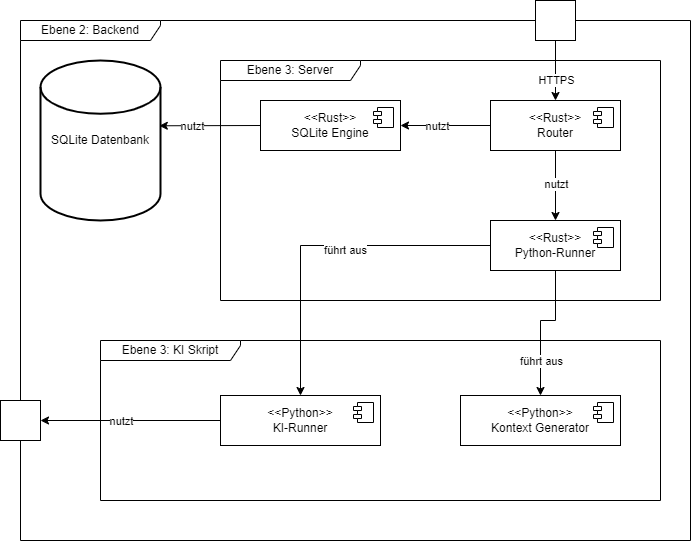
ZesNy02/Jupiter keeps this draw.io diagram as diagramms/Bausteinsicht3-Backend.drawio.png. Above is the earlier version. Source tidied: cells renumbered, new cells last; positions are measured from the earlier drawing's top-left corner, leaving out a move shared by most shapes.
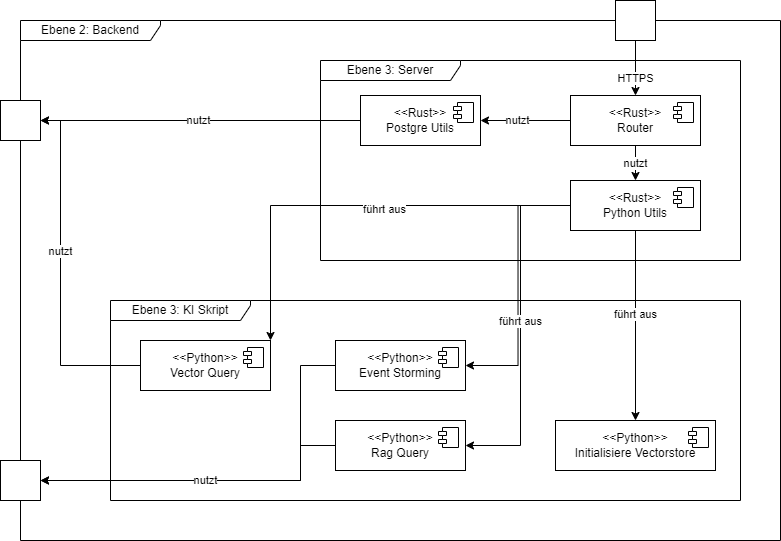
Later version of the same file.

The edit, as a diff of the source:
```diff
@@ -3,16 +3,16 @@
     <mxCell id="0" />
     <mxCell id="1" parent="0" />
     <mxCell id="2" value="Ebene 2: Backend" style="shape=umlFrame;whiteSpace=wrap;html=1;width=140;height=20;" parent="1" vertex="1">
-      <mxGeometry x="20" y="20" width="670" height="520" as="geometry" />
+      <mxGeometry x="20" y="20" width="760" height="520" as="geometry" />
     </mxCell>
     <mxCell id="3" style="whiteSpace=wrap;html=1;" parent="1" vertex="1">
-      <mxGeometry x="535" width="40" height="40" as="geometry" />
+      <mxGeometry x="615" width="40" height="40" as="geometry" />
     </mxCell>
     <mxCell id="4" style="whiteSpace=wrap;html=1;" parent="1" vertex="1">
-      <mxGeometry y="400" width="40" height="40" as="geometry" />
+      <mxGeometry y="460" width="40" height="40" as="geometry" />
     </mxCell>
     <mxCell id="5" value="&lt;div&gt;&amp;lt;&amp;lt;Rust&amp;gt;&amp;gt;&lt;/div&gt;&lt;div&gt;Router&lt;/div&gt;" style="html=1;whiteSpace=wrap;" parent="1" vertex="1">
-      <mxGeometry x="490" y="100" width="130" height="50" as="geometry" />
+      <mxGeometry x="570" y="95" width="130" height="50" as="geometry" />
     </mxCell>
     <mxCell id="6" style="shape=module;jettyWidth=8;jettyHeight=4;" parent="5" vertex="1">
       <mxGeometry x="1" width="20" height="20" relative="1" as="geometry">
@@ -20,18 +20,21 @@
       </mxGeometry>
     </mxCell>
     <mxCell id="7" value="Ebene 3: Server" style="shape=umlFrame;whiteSpace=wrap;html=1;width=140;height=20;" parent="1" vertex="1">
-      <mxGeometry x="220" y="60" width="440" height="240" as="geometry" />
+      <mxGeometry x="320" y="60" width="420" height="200" as="geometry" />
     </mxCell>
+    <mxCell id="32" style="edgeStyle=orthogonalEdgeStyle;rounded=0;jettySize=auto;html=1;exitX=0;exitY=0.5;exitDx=0;exitDy=0;entryX=1;entryY=0.5;entryDx=0;entryDy=0;" parent="1" edge="1" source="8" target="34">
+      <mxGeometry relative="1" as="geometry" />
+    </mxCell>
-    <mxCell id="8" value="&lt;div&gt;&amp;lt;&amp;lt;Rust&amp;gt;&amp;gt;&lt;/div&gt;&lt;div&gt;Python-Runner&lt;/div&gt;" style="html=1;whiteSpace=wrap;" parent="1" vertex="1">
-      <mxGeometry x="490" y="220" width="130" height="50" as="geometry" />
+    <mxCell id="8" value="&lt;div&gt;&amp;lt;&amp;lt;Rust&amp;gt;&amp;gt;&lt;/div&gt;&lt;div&gt;Python Utils&lt;/div&gt;" style="html=1;whiteSpace=wrap;" parent="1" vertex="1">
+      <mxGeometry x="570" y="180" width="130" height="50" as="geometry" />
     </mxCell>
     <mxCell id="9" style="shape=module;jettyWidth=8;jettyHeight=4;" parent="8" vertex="1">
       <mxGeometry x="1" width="20" height="20" relative="1" as="geometry">
         <mxPoint x="-27" y="7" as="offset" />
       </mxGeometry>
     </mxCell>
-    <mxCell id="10" value="&lt;div&gt;&amp;lt;&amp;lt;Rust&amp;gt;&amp;gt;&lt;/div&gt;&lt;div&gt;SQLite Engine&lt;/div&gt;" style="html=1;whiteSpace=wrap;" parent="1" vertex="1">
-      <mxGeometry x="260" y="100" width="140" height="50" as="geometry" />
+    <mxCell id="10" value="&lt;div&gt;&amp;lt;&amp;lt;Rust&amp;gt;&amp;gt;&lt;/div&gt;&lt;div&gt;Postgre Utils&lt;/div&gt;" style="html=1;whiteSpace=wrap;" parent="1" vertex="1">
+      <mxGeometry x="360" y="95" width="120" height="50" as="geometry" />
     </mxCell>
     <mxCell id="11" style="shape=module;jettyWidth=8;jettyHeight=4;" parent="10" vertex="1">
       <mxGeometry x="1" width="20" height="20" relative="1" as="geometry">
@@ -62,10 +65,7 @@
         <mxPoint x="-1" y="3" as="offset" />
       </mxGeometry>
     </mxCell>
-    <mxCell id="18" value="SQLite Datenbank" style="strokeWidth=2;html=1;shape=mxgraph.flowchart.database;whiteSpace=wrap;verticalAlign=middle;" parent="1" vertex="1">
-      <mxGeometry x="40" y="60" width="120" height="160" as="geometry" />
-    </mxCell>
-    <mxCell id="19" style="endArrow=classic;html=1;rounded=0;entryX=0.99;entryY=0.408;entryDx=0;entryDy=0;exitX=0;exitY=0.5;exitDx=0;exitDy=0;entryPerimeter=0;" parent="1" edge="1" source="10" target="18">
+    <mxCell id="19" style="endArrow=classic;html=1;rounded=0;entryX=1;entryY=0.5;entryDx=0;entryDy=0;exitX=0;exitY=0.5;exitDx=0;exitDy=0;" parent="1" edge="1" source="10" target="33">
       <mxGeometry relative="1" as="geometry" />
     </mxCell>
     <mxCell id="20" value="nutzt" style="edgeLabel;html=1;align=center;verticalAlign=middle;" parent="19" vertex="1">
@@ -74,56 +74,109 @@
       </mxGeometry>
     </mxCell>
     <mxCell id="21" value="Ebene 3: KI Skript" style="shape=umlFrame;whiteSpace=wrap;html=1;width=140;height=20;" parent="1" vertex="1">
-      <mxGeometry x="100" y="340" width="560" height="160" as="geometry" />
+      <mxGeometry x="110" y="300" width="630" height="200" as="geometry" />
     </mxCell>
-    <mxCell id="22" value="&lt;div&gt;&amp;lt;&amp;lt;Python&amp;gt;&amp;gt;&lt;/div&gt;&lt;div&gt;Kontext Generator&lt;/div&gt;" style="html=1;whiteSpace=wrap;" parent="1" vertex="1">
-      <mxGeometry x="460" y="395" width="160" height="50" as="geometry" />
+    <mxCell id="22" value="&lt;div&gt;&amp;lt;&amp;lt;Python&amp;gt;&amp;gt;&lt;/div&gt;&lt;div&gt;Initialisiere Vectorstore&lt;/div&gt;" style="html=1;whiteSpace=wrap;" parent="1" vertex="1">
+      <mxGeometry x="555" y="420" width="160" height="50" as="geometry" />
     </mxCell>
     <mxCell id="23" style="shape=module;jettyWidth=8;jettyHeight=4;" parent="22" vertex="1">
       <mxGeometry x="1" width="20" height="20" relative="1" as="geometry">
         <mxPoint x="-27" y="7" as="offset" />
       </mxGeometry>
     </mxCell>
-    <mxCell id="24" value="&lt;div&gt;&amp;lt;&amp;lt;Python&amp;gt;&amp;gt;&lt;/div&gt;&lt;div&gt;KI-Runner&lt;/div&gt;" style="html=1;whiteSpace=wrap;" parent="1" vertex="1">
-      <mxGeometry x="220" y="395" width="160" height="50" as="geometry" />
+    <mxCell id="24" value="&lt;div&gt;&amp;lt;&amp;lt;Python&amp;gt;&amp;gt;&lt;/div&gt;&lt;div&gt;Rag Query&lt;/div&gt;" style="html=1;whiteSpace=wrap;" parent="1" vertex="1">
+      <mxGeometry x="335" y="420" width="130" height="50" as="geometry" />
     </mxCell>
     <mxCell id="25" style="shape=module;jettyWidth=8;jettyHeight=4;" parent="24" vertex="1">
       <mxGeometry x="1" width="20" height="20" relative="1" as="geometry">
         <mxPoint x="-27" y="7" as="offset" />
       </mxGeometry>
     </mxCell>
+    <mxCell id="33" style="whiteSpace=wrap;html=1;" parent="1" vertex="1">
+      <mxGeometry y="100" width="40" height="40" as="geometry" />
+    </mxCell>
+    <mxCell id="30" style="endArrow=classic;html=1;rounded=0;entryX=1;entryY=0.5;entryDx=0;entryDy=0;exitX=0;exitY=0.5;exitDx=0;exitDy=0;" parent="1" edge="1" source="24" target="4">
+      <mxGeometry relative="1" as="geometry">
+        <Array as="points">
+          <mxPoint x="300" y="445" />
+          <mxPoint x="300" y="480" />
+        </Array>
+      </mxGeometry>
+    </mxCell>
+    <mxCell id="34" value="&lt;div&gt;&amp;lt;&amp;lt;Python&amp;gt;&amp;gt;&lt;/div&gt;&lt;div&gt;Event Storming&lt;/div&gt;" style="html=1;whiteSpace=wrap;" parent="1" vertex="1">
+      <mxGeometry x="335" y="340" width="130" height="50" as="geometry" />
+    </mxCell>
+    <mxCell id="35" style="shape=module;jettyWidth=8;jettyHeight=4;" parent="34" vertex="1">
+      <mxGeometry x="1" width="20" height="20" relative="1" as="geometry">
+        <mxPoint x="-27" y="7" as="offset" />
+      </mxGeometry>
+    </mxCell>
+    <mxCell id="36" value="&lt;div&gt;&amp;lt;&amp;lt;Python&amp;gt;&amp;gt;&lt;/div&gt;&lt;div&gt;Vector Query&lt;/div&gt;" style="html=1;whiteSpace=wrap;" parent="1" vertex="1">
+      <mxGeometry x="140" y="340" width="130" height="50" as="geometry" />
+    </mxCell>
+    <mxCell id="37" style="shape=module;jettyWidth=8;jettyHeight=4;" parent="36" vertex="1">
+      <mxGeometry x="1" width="20" height="20" relative="1" as="geometry">
+        <mxPoint x="-27" y="7" as="offset" />
+      </mxGeometry>
+    </mxCell>
+    <mxCell id="38" style="endArrow=classic;html=1;rounded=0;entryX=1;entryY=0.5;entryDx=0;entryDy=0;exitX=0;exitY=0.5;exitDx=0;exitDy=0;" parent="1" edge="1" source="36" target="33">
+      <mxGeometry relative="1" as="geometry">
+        <Array as="points">
+          <mxPoint x="60" y="365" />
+          <mxPoint x="60" y="120" />
+        </Array>
+      </mxGeometry>
+    </mxCell>
+    <mxCell id="39" value="nutzt" style="edgeLabel;html=1;align=center;verticalAlign=middle;" parent="38" vertex="1">
+      <mxGeometry x="-0.15" y="1" relative="1" as="geometry">
+        <mxPoint x="1" y="-48" as="offset" />
+      </mxGeometry>
+    </mxCell>
+    <mxCell id="40" style="endArrow=classic;html=1;rounded=0;exitX=0;exitY=0.5;exitDx=0;exitDy=0;entryX=1;entryY=0;entryDx=0;entryDy=0;" parent="1" edge="1" source="8" target="36">
+      <mxGeometry relative="1" as="geometry">
+        <Array as="points">
+          <mxPoint x="270" y="205" />
+        </Array>
+      </mxGeometry>
+    </mxCell>
+    <mxCell id="41" value="führt aus" style="edgeLabel;html=1;align=center;verticalAlign=middle;" parent="40" vertex="1">
+      <mxGeometry x="-0.15" y="1" relative="1" as="geometry">
+        <mxPoint x="-1" y="3" as="offset" />
+      </mxGeometry>
+    </mxCell>
+    <mxCell id="28" style="endArrow=classic;html=1;rounded=0;exitX=0;exitY=0.5;exitDx=0;exitDy=0;entryX=1;entryY=0.5;entryDx=0;entryDy=0;" parent="1" edge="1" source="8" target="24">
+      <mxGeometry relative="1" as="geometry">
+        <Array as="points">
+          <mxPoint x="520" y="205" />
+          <mxPoint x="520" y="445" />
+        </Array>
+      </mxGeometry>
+    </mxCell>
+    <mxCell id="42" value="führt aus" style="edgeLabel;html=1;align=center;verticalAlign=middle;" parent="28" vertex="1">
+      <mxGeometry x="-0.15" y="1" relative="1" as="geometry">
+        <mxPoint x="-1" y="19" as="offset" />
+      </mxGeometry>
+    </mxCell>
-    <mxCell id="26" style="endArrow=classic;html=1;rounded=0;exitX=0.5;exitY=1;exitDx=0;exitDy=0;" parent="1" edge="1" source="8" target="22">
-      <mxGeometry relative="1" as="geometry">
-        <Array as="points">
-          <mxPoint x="555" y="320" />
-          <mxPoint x="540" y="320" />
-        </Array>
-      </mxGeometry>
+    <mxCell id="26" style="endArrow=classic;html=1;rounded=0;exitX=0.5;exitY=1;exitDx=0;exitDy=0;entryX=0.5;entryY=0;entryDx=0;entryDy=0;" parent="1" edge="1" source="8" target="22">
+      <mxGeometry relative="1" as="geometry" />
     </mxCell>
-    <mxCell id="27" value="führt aus" style="edgeLabel;html=1;align=center;verticalAlign=middle;" parent="26" vertex="1">
-      <mxGeometry x="-0.15" y="1" relative="1" as="geometry">
-        <mxPoint x="-5" y="39" as="offset" />
-      </mxGeometry>
-    </mxCell>
-    <mxCell id="28" style="endArrow=classic;html=1;rounded=0;exitX=0;exitY=0.5;exitDx=0;exitDy=0;entryX=0.5;entryY=0;entryDx=0;entryDy=0;" parent="1" edge="1" source="8" target="24">
-      <mxGeometry relative="1" as="geometry">
-        <Array as="points">
-          <mxPoint x="300" y="245" />
-        </Array>
-      </mxGeometry>
-    </mxCell>
-    <mxCell id="29" value="führt aus" style="edgeLabel;html=1;align=center;verticalAlign=middle;" parent="28" vertex="1">
-      <mxGeometry x="-0.15" y="1" relative="1" as="geometry">
-        <mxPoint x="-1" y="3" as="offset" />
-      </mxGeometry>
-    </mxCell>
-    <mxCell id="30" style="endArrow=classic;html=1;rounded=0;entryX=1;entryY=0.5;entryDx=0;entryDy=0;exitX=0;exitY=0.5;exitDx=0;exitDy=0;" parent="1" edge="1" source="24" target="4">
-      <mxGeometry relative="1" as="geometry" />
-    </mxCell>
-    <mxCell id="31" value="nutzt" style="edgeLabel;html=1;align=center;verticalAlign=middle;" parent="30" vertex="1">
-      <mxGeometry x="-0.15" y="1" relative="1" as="geometry">
-        <mxPoint x="-23" y="-1" as="offset" />
-      </mxGeometry>
-    </mxCell>
+    <mxCell id="43" value="führt aus" style="edgeLabel;html=1;align=center;verticalAlign=middle;" parent="26" vertex="1">
+      <mxGeometry x="-0.15" y="1" relative="1" as="geometry">
+        <mxPoint x="-1" y="3" as="offset" />
+      </mxGeometry>
+    </mxCell>
+    <mxCell id="44" style="endArrow=classic;html=1;rounded=0;entryX=1;entryY=0.5;entryDx=0;entryDy=0;exitX=0;exitY=0.5;exitDx=0;exitDy=0;" parent="1" edge="1" source="34" target="4">
+      <mxGeometry relative="1" as="geometry">
+        <Array as="points">
+          <mxPoint x="300" y="365" />
+          <mxPoint x="300" y="480" />
+        </Array>
+      </mxGeometry>
+    </mxCell>
+    <mxCell id="45" value="nutzt" style="edgeLabel;html=1;align=center;verticalAlign=middle;" parent="44" vertex="1">
+      <mxGeometry x="-0.15" y="1" relative="1" as="geometry">
+        <mxPoint x="-71" y="-1" as="offset" />
+      </mxGeometry>
+    </mxCell>
   </root>
 </mxGraphModel>
```
